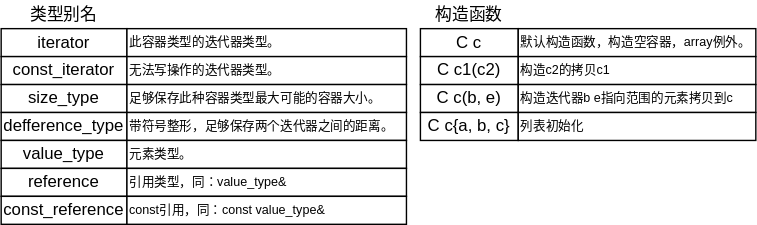
Above: source/image/容器/所有容器均提供的操作.svg in CcooLcyy/CcooLcyy.github.io (draw.io), before the change. Source tidied: cells renumbered, new cells last; positions are measured from the earlier drawing's top-left corner, leaving out a move shared by most shapes.
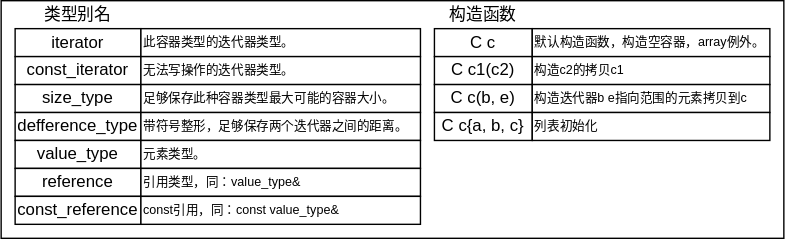
The same diagram one commit later.

Change to the diagram source:
```diff
@@ -2,6 +2,9 @@
   <root>
     <mxCell id="0" />
     <mxCell id="1" parent="0" />
+    <mxCell id="26" style="rounded=0;whiteSpace=wrap;html=1;" parent="1" vertex="1">
+      <mxGeometry x="-10" width="560" height="170" as="geometry" />
+    </mxCell>
     <mxCell id="2" value="iterator" style="rounded=0;whiteSpace=wrap;html=1;" parent="1" vertex="1">
       <mxGeometry y="20" width="90" height="20" as="geometry" />
     </mxCell>
```
